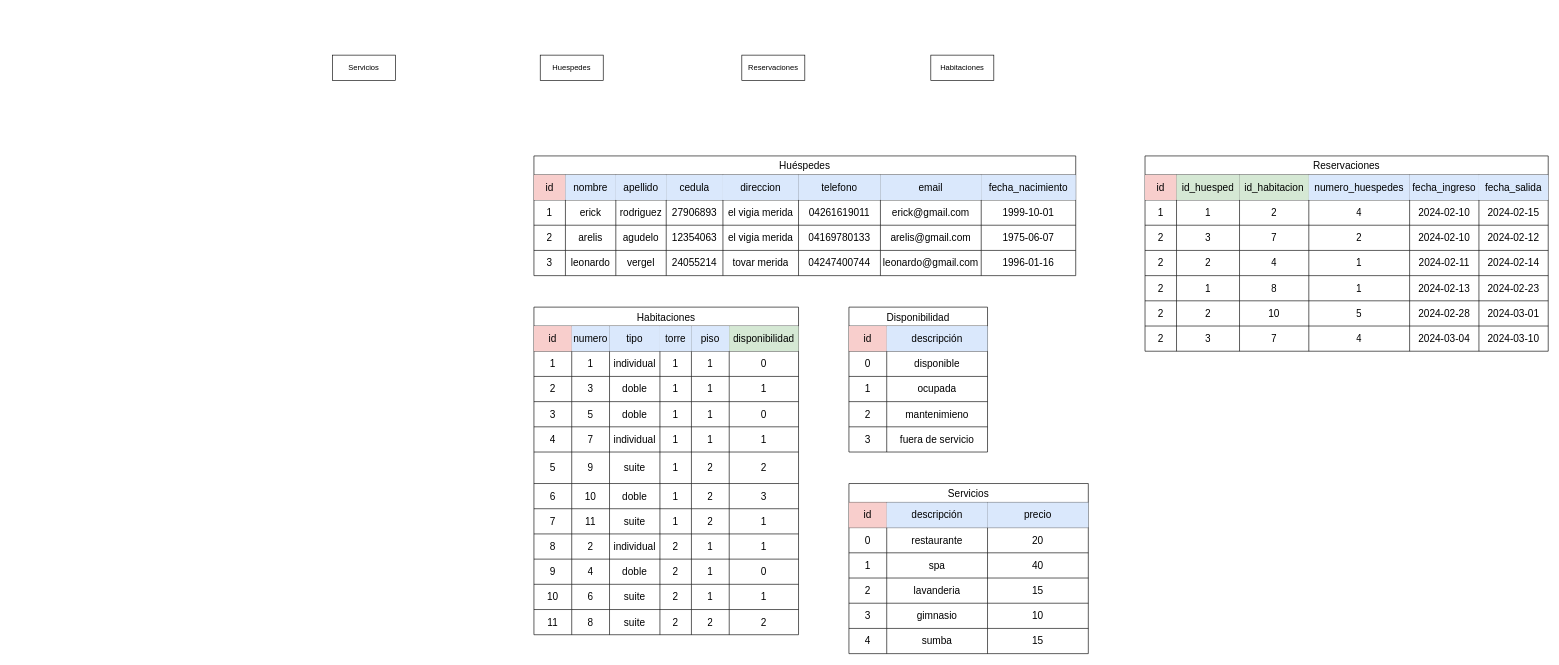
Before: hotel.drawio in AlbanyNVRodriguez/draw---diagrams, a draw.io diagram. Source tidied: cells renumbered, new cells numbered last; positions are measured from the earlier drawing's top-left corner, leaving out a move shared by most shapes. Both pictures are drawn from the tidied source at 63%, with x=0, y=0 at pixel (332, 55).
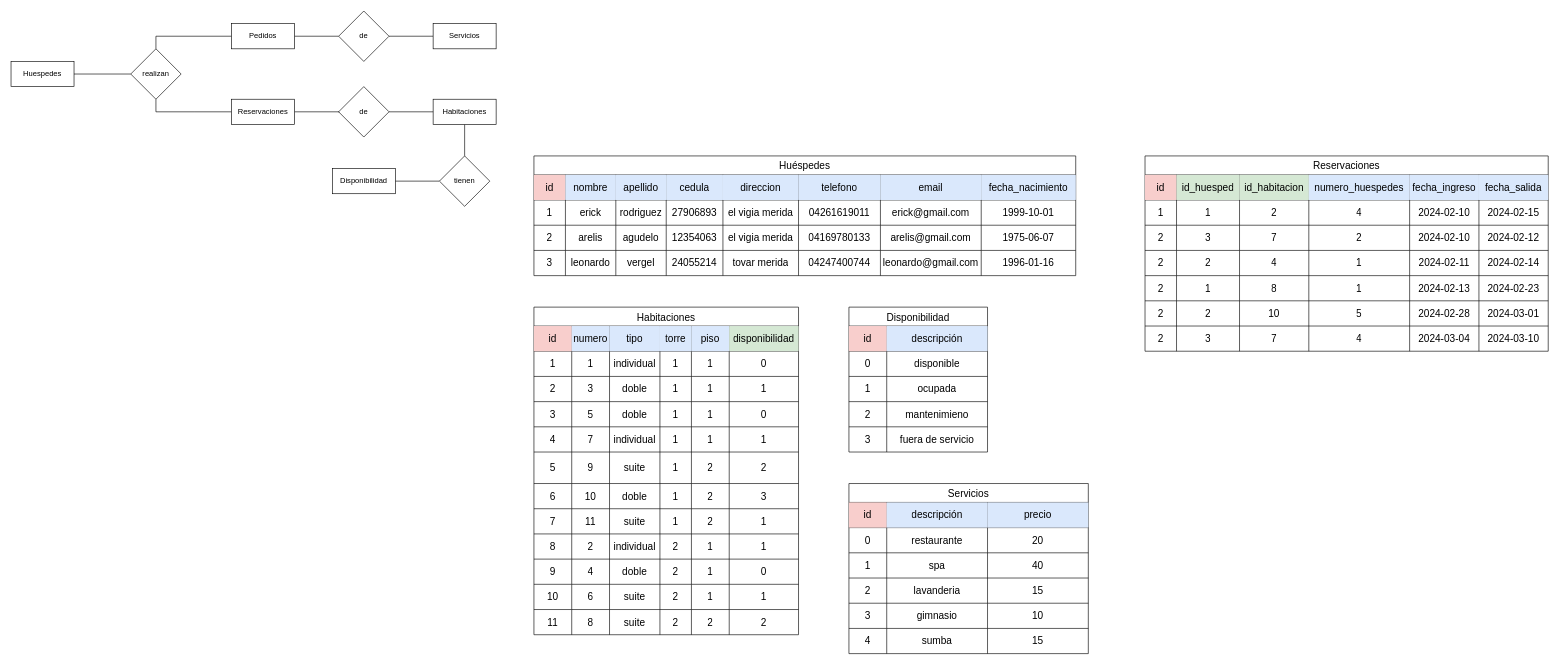
The same page after the edit.

The edit, as a diff of the source:
```diff
@@
     <mxCell id="2" value="Huespedes" style="whiteSpace=wrap;html=1;align=center;" parent="1" vertex="1">
-      <mxGeometry x="330" width="100" height="40" as="geometry" />
+      <mxGeometry x="-510" y="10" width="100" height="40" as="geometry" />
     </mxCell>
+    <mxCell id="219" style="edgeStyle=orthogonalEdgeStyle;rounded=0;jettySize=auto;html=1;entryX=0;entryY=0.5;entryDx=0;entryDy=0;endArrow=none;endFill=0;" parent="1" edge="1" source="3" target="235">
+      <mxGeometry relative="1" as="geometry">
+        <Array as="points">
+          <mxPoint x="50" y="90" />
+        </Array>
+      </mxGeometry>
+    </mxCell>
+    <mxCell id="220" style="edgeStyle=orthogonalEdgeStyle;rounded=0;jettySize=auto;html=1;endArrow=none;endFill=0;" parent="1" edge="1" source="3">
+      <mxGeometry relative="1" as="geometry">
+        <mxPoint x="-280" y="90" as="targetPoint" />
+      </mxGeometry>
+    </mxCell>
     <mxCell id="3" value="Reservaciones" style="whiteSpace=wrap;html=1;align=center;" parent="1" vertex="1">
-      <mxGeometry x="650" width="100" height="40" as="geometry" />
+      <mxGeometry x="-160" y="70" width="100" height="40" as="geometry" />
     </mxCell>
+    <mxCell id="221" style="edgeStyle=orthogonalEdgeStyle;rounded=0;jettySize=auto;html=1;entryX=0.5;entryY=0;entryDx=0;entryDy=0;endArrow=none;endFill=0;" parent="1" edge="1" source="4" target="232">
+      <mxGeometry relative="1" as="geometry" />
+    </mxCell>
     <mxCell id="4" value="Habitaciones" style="whiteSpace=wrap;html=1;align=center;" parent="1" vertex="1">
-      <mxGeometry x="950" width="100" height="40" as="geometry" />
+      <mxGeometry x="160" y="70" width="100" height="40" as="geometry" />
     </mxCell>
+    <mxCell id="222" style="edgeStyle=orthogonalEdgeStyle;rounded=0;jettySize=auto;html=1;entryX=0;entryY=0.5;entryDx=0;entryDy=0;endArrow=none;endFill=0;" parent="1" edge="1" source="5" target="229">
+      <mxGeometry relative="1" as="geometry" />
+    </mxCell>
+    <mxCell id="223" style="edgeStyle=orthogonalEdgeStyle;rounded=0;jettySize=auto;html=1;endArrow=none;endFill=0;" parent="1" edge="1" source="5">
+      <mxGeometry relative="1" as="geometry">
+        <mxPoint x="-280" y="-30" as="targetPoint" />
+        <Array as="points">
+          <mxPoint x="-280" y="-30" />
+        </Array>
+      </mxGeometry>
+    </mxCell>
-    <mxCell id="5" value="Servicios" style="whiteSpace=wrap;html=1;align=center;" parent="1" vertex="1">
-      <mxGeometry width="100" height="40" as="geometry" />
+    <mxCell id="5" value="Pedidos" style="whiteSpace=wrap;html=1;align=center;" parent="1" vertex="1">
+      <mxGeometry x="-160" y="-50" width="100" height="40" as="geometry" />
     </mxCell>
@@
+    <mxCell id="224" style="edgeStyle=orthogonalEdgeStyle;rounded=0;jettySize=auto;html=1;entryX=1;entryY=0.5;entryDx=0;entryDy=0;endArrow=none;endFill=0;" parent="1" edge="1" source="227" target="2">
+      <mxGeometry relative="1" as="geometry" />
+    </mxCell>
+    <mxCell id="225" style="edgeStyle=orthogonalEdgeStyle;rounded=0;jettySize=auto;html=1;endArrow=none;endFill=0;" parent="1" edge="1" source="227">
+      <mxGeometry relative="1" as="geometry">
+        <mxPoint x="-280" y="-30" as="targetPoint" />
+      </mxGeometry>
+    </mxCell>
+    <mxCell id="226" style="edgeStyle=orthogonalEdgeStyle;rounded=0;jettySize=auto;html=1;endArrow=none;endFill=0;" parent="1" edge="1" source="227">
+      <mxGeometry relative="1" as="geometry">
+        <mxPoint x="-280" y="90" as="targetPoint" />
+      </mxGeometry>
+    </mxCell>
+    <mxCell id="227" value="realizan" style="rhombus;whiteSpace=wrap;html=1;" parent="1" vertex="1">
+      <mxGeometry x="-320" y="-10" width="80" height="80" as="geometry" />
+    </mxCell>
+    <mxCell id="228" style="edgeStyle=orthogonalEdgeStyle;rounded=0;jettySize=auto;html=1;entryX=0;entryY=0.5;entryDx=0;entryDy=0;endArrow=none;endFill=0;" parent="1" edge="1" source="229" target="230">
+      <mxGeometry relative="1" as="geometry" />
+    </mxCell>
+    <mxCell id="229" value="de" style="rhombus;whiteSpace=wrap;html=1;" parent="1" vertex="1">
+      <mxGeometry x="10" y="-70" width="80" height="80" as="geometry" />
+    </mxCell>
+    <mxCell id="230" value="Servicios" style="whiteSpace=wrap;html=1;align=center;" parent="1" vertex="1">
+      <mxGeometry x="160" y="-50" width="100" height="40" as="geometry" />
+    </mxCell>
+    <mxCell id="231" style="edgeStyle=orthogonalEdgeStyle;rounded=0;jettySize=auto;html=1;entryX=1;entryY=0.5;entryDx=0;entryDy=0;endArrow=none;endFill=0;" parent="1" edge="1" source="232" target="233">
+      <mxGeometry relative="1" as="geometry" />
+    </mxCell>
+    <mxCell id="232" value="tienen" style="rhombus;whiteSpace=wrap;html=1;" parent="1" vertex="1">
+      <mxGeometry x="170" y="160" width="80" height="80" as="geometry" />
+    </mxCell>
+    <mxCell id="233" value="Disponibilidad" style="whiteSpace=wrap;html=1;align=center;" parent="1" vertex="1">
+      <mxGeometry y="180" width="100" height="40" as="geometry" />
+    </mxCell>
+    <mxCell id="234" style="edgeStyle=orthogonalEdgeStyle;rounded=0;jettySize=auto;html=1;endArrow=none;endFill=0;" parent="1" edge="1" source="4" target="235">
+      <mxGeometry relative="1" as="geometry" />
+    </mxCell>
+    <mxCell id="235" value="de" style="rhombus;whiteSpace=wrap;html=1;" parent="1" vertex="1">
+      <mxGeometry x="10" y="50" width="80" height="80" as="geometry" />
+    </mxCell>
```
